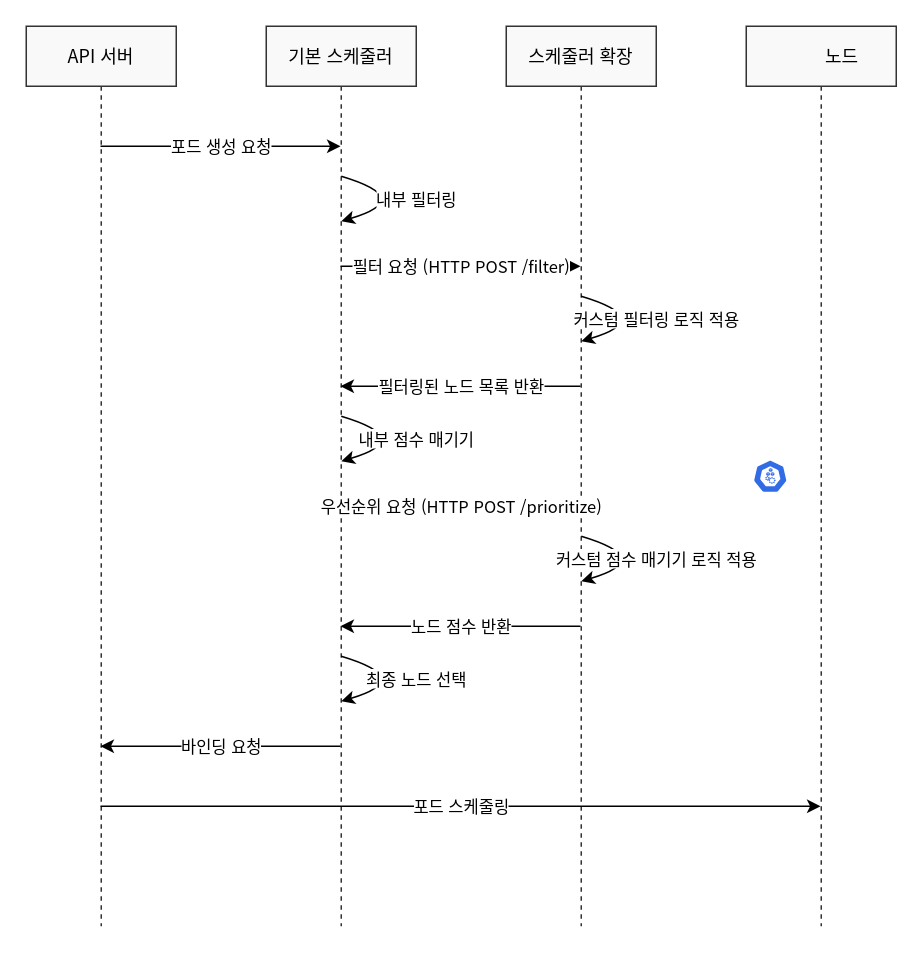
Earlier version of the draw.io diagram assets/generated-diagrams/scheduler_extender_workflow.drawio (Atom-oh/kubernetes-docs). Source tidied: cells renumbered, new cells numbered last; positions are measured from the earlier drawing's top-left corner, leaving out a move shared by most shapes. Both pictures are drawn from the tidied source at 150%, with x=0, y=0 at pixel (26, 26).
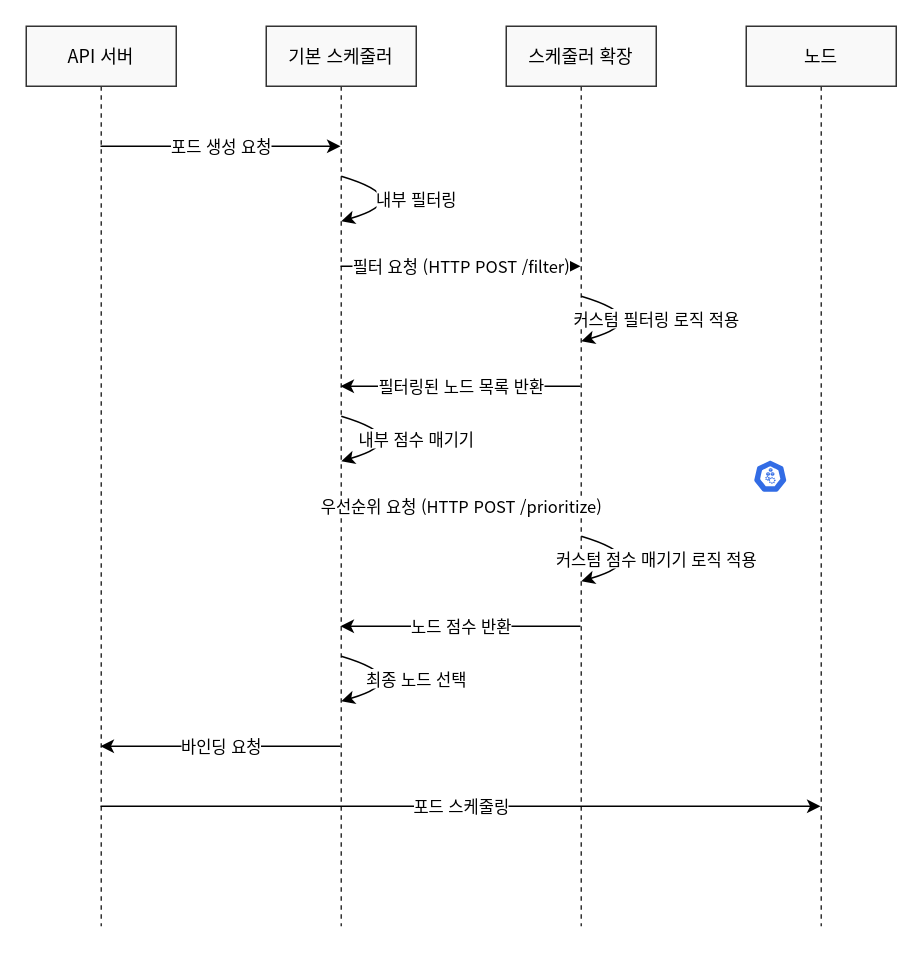
The same page after the edit.

The edit, as a diff of the source:
```diff
@@
-    <mxCell id="5" value="노드" style="shape=umlLifeline;perimeter=lifelinePerimeter;whiteSpace=wrap;html=1;outlineConnect=0;fillColor=#f9f9f9;strokeColor=#333333;strokeWidth=1;fontSize=12;fontFamily=Noto Sans CJK KR;spacingLeft=28;" parent="1" vertex="1">
+    <mxCell id="5" value="노드" style="shape=umlLifeline;perimeter=lifelinePerimeter;whiteSpace=wrap;html=1;outlineConnect=0;fillColor=#f9f9f9;strokeColor=#333333;strokeWidth=1;fontSize=12;fontFamily=Noto Sans CJK KR;" parent="1" vertex="1">
       <mxGeometry x="480" width="100" height="600" as="geometry" />
     </mxCell>
```
